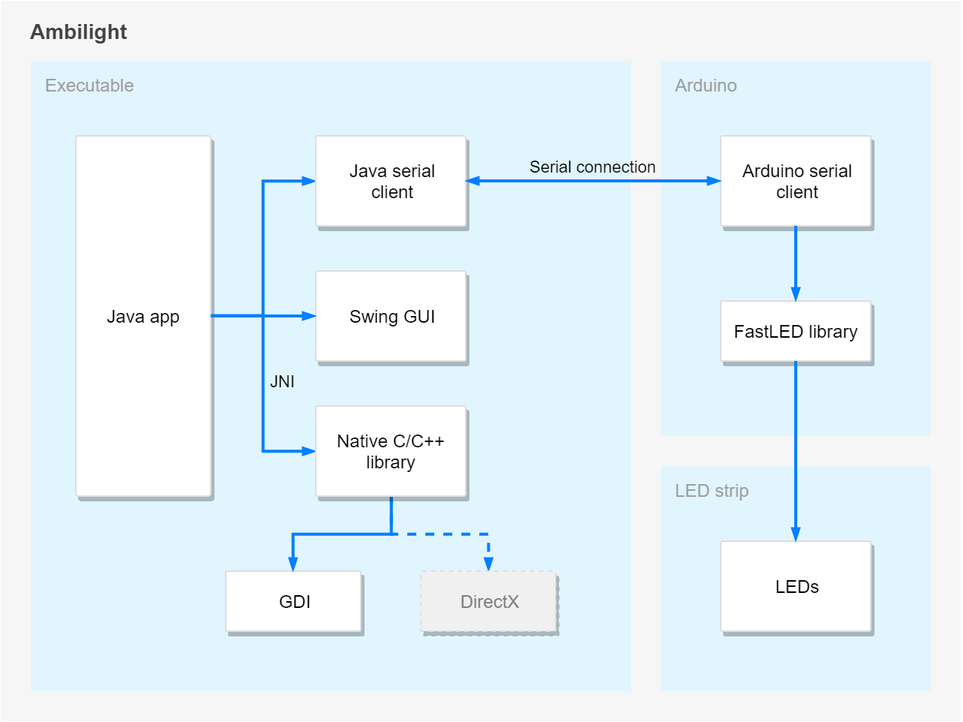
Before: extra/components_200.png, a diagram exported from draw.io (Antimonit/ambilight). Source tidied: cells renumbered, new cells last; positions are measured from the earlier drawing's top-left corner, leaving out a move shared by most shapes.
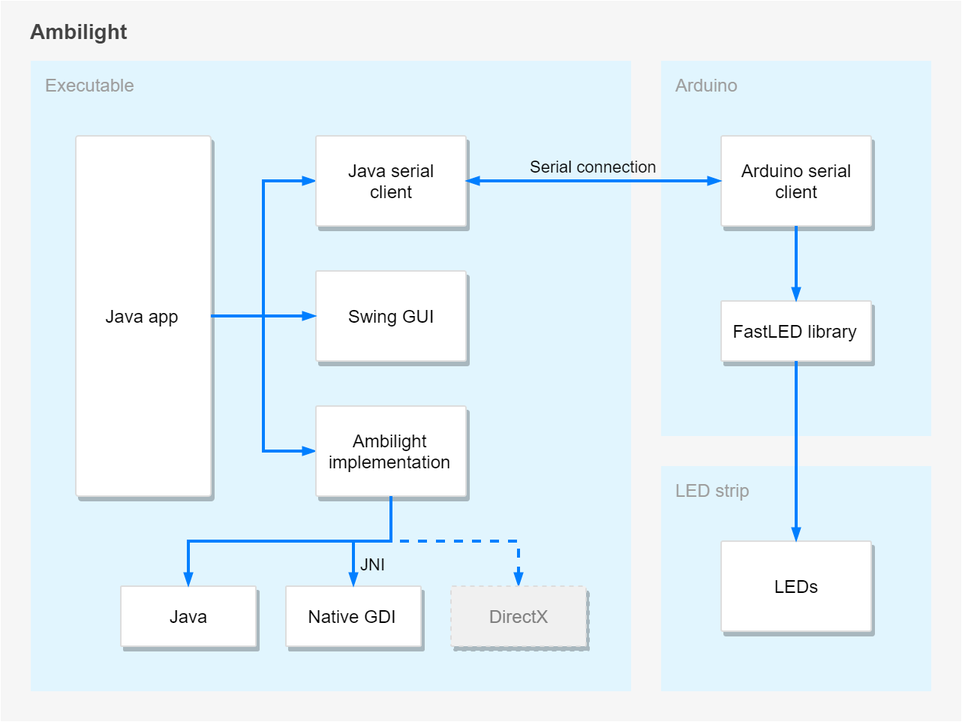
After the change.

Change to the diagram source:
```diff
@@ -1,22 +1,22 @@
 <mxGraphModel background="#ffffff">
   <root>
-    <mxCell id="0" />
+    <mxCell id="0" style="html=1;" />
-    <mxCell id="1" parent="0" />
+    <mxCell id="1" style="html=1;" parent="0" />
     <mxCell id="2" value="Ambilight" style="fontFamily=Helvetica;arcSize=2;fillColor=#F6F6F6;imageAspect=0;strokeColor=none;align=left;verticalAlign=top;spacing=8;spacingLeft=12;fontSize=14;fontStyle=1;fontColor=#424242;" parent="1" vertex="1">
       <mxGeometry width="640" height="480" as="geometry" />
     </mxCell>
     <mxCell id="3" value="Executable" style="fontFamily=Helvetica;arcSize=2;fillColor=#E1F5FE;imageAspect=0;strokeColor=none;labelPadding=24;direction=east;perimeter=rectanglePerimeter;verticalAlign=top;align=left;spacingTop=5;spacingLeft=10;spacing=0;fontColor=#9E9E9E;fontStyle=0;" parent="2" vertex="1">
       <mxGeometry x="20" y="40" width="400" height="420" as="geometry" />
     </mxCell>
-    <mxCell id="4" value="GDI" style="whiteSpace=wrap;html=1;shadow=1;fontSize=12;fillColor=#FFFFFF;strokeColor=#DDDDDD;strokeWidth=1;rounded=1;glass=0;comic=0;fontFamily=Helvetica;perimeterSpacing=0;arcSize=2;" parent="3" vertex="1">
-      <mxGeometry x="130" y="340" width="90" height="40" as="geometry" />
-    </mxCell>
+    <mxCell id="23" value="Native GDI" style="whiteSpace=wrap;html=1;shadow=1;fontSize=12;fillColor=#FFFFFF;strokeColor=#DDDDDD;strokeWidth=1;rounded=1;glass=0;comic=0;fontFamily=Helvetica;perimeterSpacing=0;arcSize=2;" parent="3" vertex="1">
+      <mxGeometry x="170" y="350" width="90" height="40" as="geometry" />
+    </mxCell>
     <mxCell id="5" style="edgeStyle=orthogonalEdgeStyle;rounded=0;jettySize=auto;html=1;strokeWidth=2;strokeColor=#007FFF;fontFamily=Tahoma;endArrow=blockThin;endFill=1;startSize=4;endSize=4;" parent="3" edge="1" source="7" target="13">
       <mxGeometry relative="1" as="geometry" />
     </mxCell>
-    <mxCell id="6" value="&lt;font face=&quot;Helvetica&quot;&gt;JNI&lt;/font&gt;" style="edgeStyle=orthogonalEdgeStyle;rounded=0;jettySize=auto;html=1;strokeWidth=2;strokeColor=#007FFF;fontFamily=Tahoma;endArrow=blockThin;endFill=1;startSize=4;endSize=4;labelBackgroundColor=none;spacing=0;labelPosition=right;verticalLabelPosition=top;align=left;verticalAlign=bottom;spacingRight=0;spacingBottom=0;spacingLeft=5;" parent="3" edge="1" source="7" target="12">
-      <mxGeometry x="0.06" relative="1" as="geometry" />
-    </mxCell>
+    <mxCell id="24" style="edgeStyle=orthogonalEdgeStyle;rounded=0;jettySize=auto;html=1;strokeWidth=2;strokeColor=#007FFF;fontFamily=Tahoma;endArrow=blockThin;endFill=1;startSize=4;endSize=4;labelBackgroundColor=none;spacing=0;labelPosition=right;verticalLabelPosition=top;align=left;verticalAlign=bottom;spacingRight=0;spacingBottom=0;spacingLeft=5;" parent="3" edge="1" source="7" target="26">
+      <mxGeometry x="0.06" relative="1" as="geometry" />
+    </mxCell>
     <mxCell id="7" value="Java app" style="whiteSpace=wrap;html=1;shadow=1;fontSize=12;fillColor=#FFFFFF;strokeColor=#DDDDDD;strokeWidth=1;rounded=1;glass=0;comic=0;fontFamily=Helvetica;perimeterSpacing=0;arcSize=2;" parent="3" vertex="1">
       <mxGeometry x="30" y="50" width="90" height="240" as="geometry" />
     </mxCell>
@@ -26,21 +26,27 @@
     <mxCell id="9" style="edgeStyle=orthogonalEdgeStyle;rounded=0;jettySize=auto;html=1;strokeWidth=2;strokeColor=#007FFF;fontFamily=Tahoma;endArrow=blockThin;endFill=1;startSize=4;endSize=4;" parent="3" edge="1" source="7" target="8">
       <mxGeometry relative="1" as="geometry" />
     </mxCell>
-    <mxCell id="10" style="edgeStyle=orthogonalEdgeStyle;rounded=0;jettySize=auto;html=1;strokeWidth=2;strokeColor=#007FFF;fontFamily=Tahoma;endArrow=blockThin;endFill=1;startSize=4;endSize=4;" parent="3" edge="1" source="12" target="4">
-      <mxGeometry relative="1" as="geometry" />
-    </mxCell>
-    <mxCell id="11" style="edgeStyle=orthogonalEdgeStyle;jumpStyle=none;jettySize=auto;html=1;startSize=4;endArrow=blockThin;endFill=1;endSize=4;strokeColor=#007FFF;strokeWidth=2;fontFamily=Helvetica;fontSize=12;rounded=0;dashed=1;" parent="3" edge="1" source="12" target="14">
-      <mxGeometry relative="1" as="geometry" />
-    </mxCell>
-    <mxCell id="12" value="Native C/C++ library&lt;br style=&quot;font-size: 12px&quot;&gt;" style="whiteSpace=wrap;html=1;shadow=1;fontSize=12;fillColor=#FFFFFF;strokeColor=#DDDDDD;strokeWidth=1;rounded=1;glass=0;comic=0;fontFamily=Helvetica;perimeterSpacing=0;arcSize=2;" parent="3" vertex="1">
-      <mxGeometry x="190" y="230" width="100" height="60" as="geometry" />
-    </mxCell>
+    <mxCell id="6" value="JNI" style="edgeStyle=orthogonalEdgeStyle;rounded=0;jettySize=auto;html=1;strokeWidth=2;strokeColor=#007FFF;fontFamily=Helvetica;endArrow=blockThin;endFill=1;startSize=4;endSize=4;labelBackgroundColor=none;align=left;verticalAlign=middle;spacing=5;horizontal=1;labelPosition=right;verticalLabelPosition=middle;spacingTop=10;" parent="3" edge="1" source="26" target="23">
+      <mxGeometry x="0.53" relative="1" as="geometry" />
+    </mxCell>
+    <mxCell id="25" style="edgeStyle=orthogonalEdgeStyle;jumpStyle=none;jettySize=auto;html=1;startSize=4;endArrow=blockThin;endFill=1;endSize=4;strokeColor=#007FFF;strokeWidth=2;fontFamily=Helvetica;fontSize=12;rounded=0;dashed=1;" parent="3" edge="1" source="26" target="14">
+      <mxGeometry relative="1" as="geometry" />
+    </mxCell>
+    <mxCell id="26" value="Ambilight implementation&lt;br style=&quot;font-size: 12px&quot;&gt;" style="whiteSpace=wrap;html=1;shadow=1;fontSize=12;fillColor=#FFFFFF;strokeColor=#DDDDDD;strokeWidth=1;rounded=1;glass=0;comic=0;fontFamily=Helvetica;perimeterSpacing=0;arcSize=2;" parent="3" vertex="1">
+      <mxGeometry x="190" y="230" width="100" height="60" as="geometry" />
+    </mxCell>
     <mxCell id="13" value="Java serial&lt;br&gt;client&lt;br&gt;" style="whiteSpace=wrap;html=1;shadow=1;fontSize=12;fillColor=#FFFFFF;strokeColor=#DDDDDD;strokeWidth=1;rounded=1;glass=0;comic=0;fontFamily=Helvetica;perimeterSpacing=0;arcSize=2;" parent="3" vertex="1">
       <mxGeometry x="190" y="50" width="100" height="60" as="geometry" />
     </mxCell>
     <mxCell id="14" value="&lt;font color=&quot;#808080&quot;&gt;DirectX&lt;/font&gt;" style="whiteSpace=wrap;html=1;shadow=1;fontSize=12;fillColor=#F0F0F0;strokeColor=#DDDDDD;strokeWidth=1;rounded=1;glass=0;comic=0;fontFamily=Helvetica;perimeterSpacing=0;arcSize=2;dashed=1;" parent="3" vertex="1">
-      <mxGeometry x="260" y="340" width="90" height="40" as="geometry" />
+      <mxGeometry x="280" y="350" width="90" height="40" as="geometry" />
     </mxCell>
+    <mxCell id="27" value="Java" style="whiteSpace=wrap;html=1;shadow=1;fontSize=12;fillColor=#FFFFFF;strokeColor=#DDDDDD;strokeWidth=1;rounded=1;glass=0;comic=0;fontFamily=Helvetica;perimeterSpacing=0;arcSize=2;" parent="3" vertex="1">
+      <mxGeometry x="60" y="350" width="90" height="40" as="geometry" />
+    </mxCell>
+    <mxCell id="28" style="edgeStyle=orthogonalEdgeStyle;rounded=0;jettySize=auto;html=1;strokeWidth=2;strokeColor=#007FFF;fontFamily=Tahoma;endArrow=blockThin;endFill=1;startSize=4;endSize=4;exitX=0.5;exitY=1;exitDx=0;exitDy=0;" parent="3" edge="1" source="26" target="27">
+      <mxGeometry relative="1" as="geometry" />
+    </mxCell>
     <mxCell id="15" value="Arduino" style="fontFamily=Helvetica;arcSize=2;fillColor=#E1F5FE;imageAspect=0;strokeColor=none;align=left;verticalAlign=top;spacing=5;spacingLeft=5;fontColor=#9E9E9E;fontStyle=0;" parent="2" vertex="1">
       <mxGeometry x="440" y="40" width="180" height="250" as="geometry" />
     </mxCell>
```
